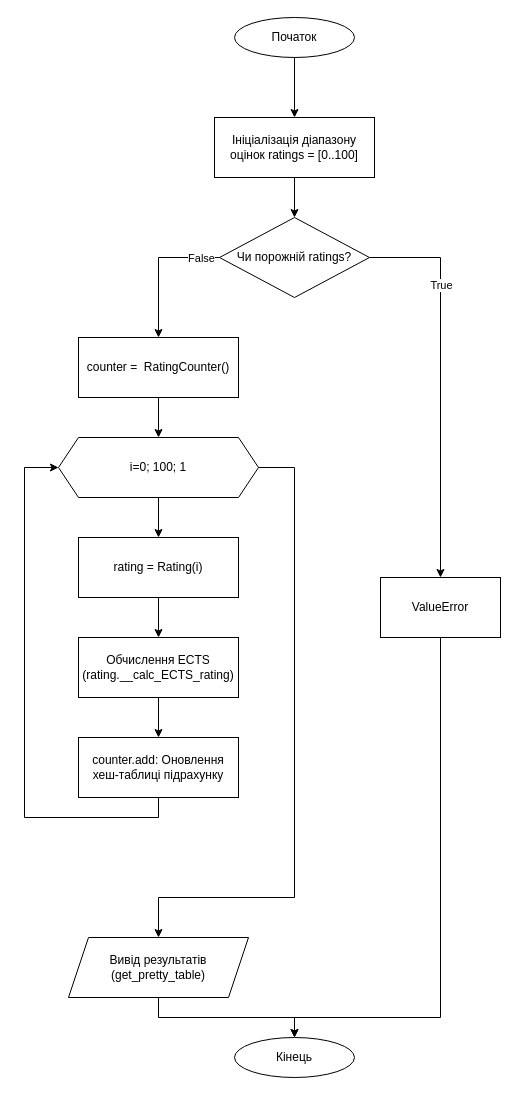
Earlier version of the draw.io diagram page "solution1_logic" (1 of 3) of LabWork_8/doc/solution1.drawio.xml (Figeiron/LabWork). Source tidied: cells renumbered, new cells numbered last; positions are measured from the earlier drawing's top-left corner, leaving out a move shared by most shapes. Both pictures are drawn from the tidied source at 100%, with x=0, y=0 at pixel (24, 17).
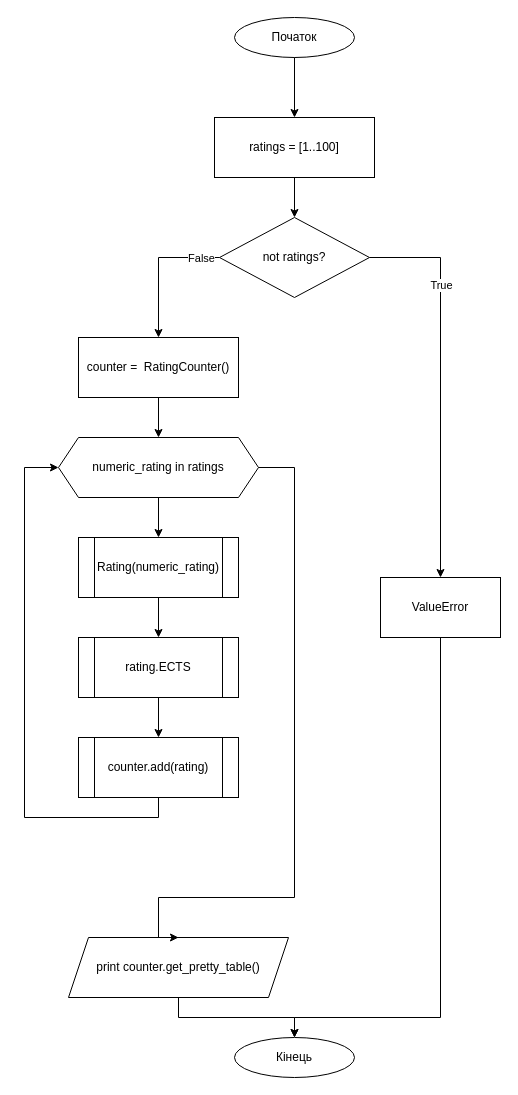
The same diagram, later.

What changed in the source:
```diff
@@
-    <mxCell id="3" value="Ініціалізація діапазону оцінок ratings = [0..100]" style="whiteSpace=wrap;html=1;" parent="1" vertex="1">
+    <mxCell id="3" value="ratings = [1..100]" style="whiteSpace=wrap;html=1;" parent="1" vertex="1">
       <mxGeometry x="190" y="100" width="160" height="60" as="geometry" />
     </mxCell>
-    <mxCell id="4" value="Чи порожній ratings?" style="rhombus;whiteSpace=wrap;html=1;" parent="1" vertex="1">
+    <mxCell id="4" value="not ratings?" style="rhombus;whiteSpace=wrap;html=1;" parent="1" vertex="1">
       <mxGeometry x="195" y="200" width="150" height="80" as="geometry" />
     </mxCell>
@@
-    <mxCell id="8" value="i=0; 100; 1" style="shape=hexagon;perimeter=hexagonPerimeter2;whiteSpace=wrap;html=1;fixedSize=1;" parent="1" vertex="1">
+    <mxCell id="8" value="numeric_rating in ratings" style="shape=hexagon;perimeter=hexagonPerimeter2;whiteSpace=wrap;html=1;fixedSize=1;" parent="1" vertex="1">
       <mxGeometry x="34" y="420" width="200" height="60" as="geometry" />
     </mxCell>
-    <mxCell id="9" value="rating = Rating(i)" style="whiteSpace=wrap;html=1;" parent="1" vertex="1">
+    <mxCell id="9" value="Rating(numeric_rating)" style="shape=process;whiteSpace=wrap;html=1;backgroundOutline=1;" parent="1" vertex="1">
       <mxGeometry x="54" y="520" width="160" height="60" as="geometry" />
     </mxCell>
-    <mxCell id="10" value="Обчислення ECTS (rating.__calc_ECTS_rating)" style="whiteSpace=wrap;html=1;" parent="1" vertex="1">
+    <mxCell id="10" value="rating.ECTS" style="shape=process;whiteSpace=wrap;html=1;backgroundOutline=1;" parent="1" vertex="1">
       <mxGeometry x="54" y="620" width="160" height="60" as="geometry" />
     </mxCell>
-    <mxCell id="11" value="counter.add: Оновлення хеш-таблиці підрахунку" style="whiteSpace=wrap;html=1;" parent="1" vertex="1">
+    <mxCell id="11" value="counter.add(rating)" style="shape=process;whiteSpace=wrap;html=1;backgroundOutline=1;" parent="1" vertex="1">
       <mxGeometry x="54" y="720" width="160" height="60" as="geometry" />
     </mxCell>
@@
-    <mxCell id="13" value="Вивід результатів (get_pretty_table)" style="shape=parallelogram;perimeter=parallelogramPerimeter;whiteSpace=wrap;html=1;fixedSize=1;" parent="1" vertex="1">
-      <mxGeometry x="44" y="920" width="180" height="60" as="geometry" />
+    <mxCell id="13" value="print counter.get_pretty_table()" style="shape=parallelogram;perimeter=parallelogramPerimeter;whiteSpace=wrap;html=1;fixedSize=1;" parent="1" vertex="1">
+      <mxGeometry x="44" y="920" width="220" height="60" as="geometry" />
     </mxCell>
```
